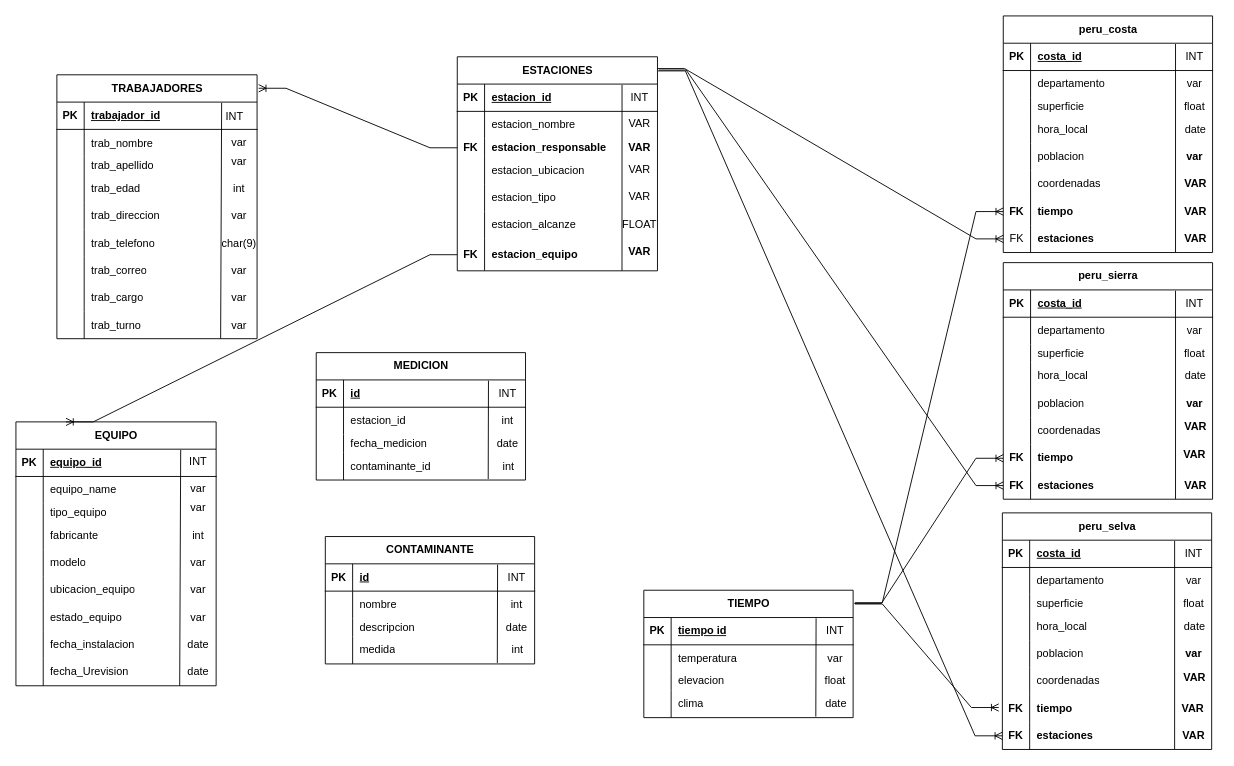
This is Diagrama sin título.drawio from Sam282004/DB-CARRION, a draw.io file, before an edit. Source tidied: cells renumbered, new cells numbered last; positions are measured from the earlier drawing's top-left corner, leaving out a move shared by most shapes. Both pictures are drawn from the tidied source at 91%, with x=0, y=0 at pixel (15, 15).
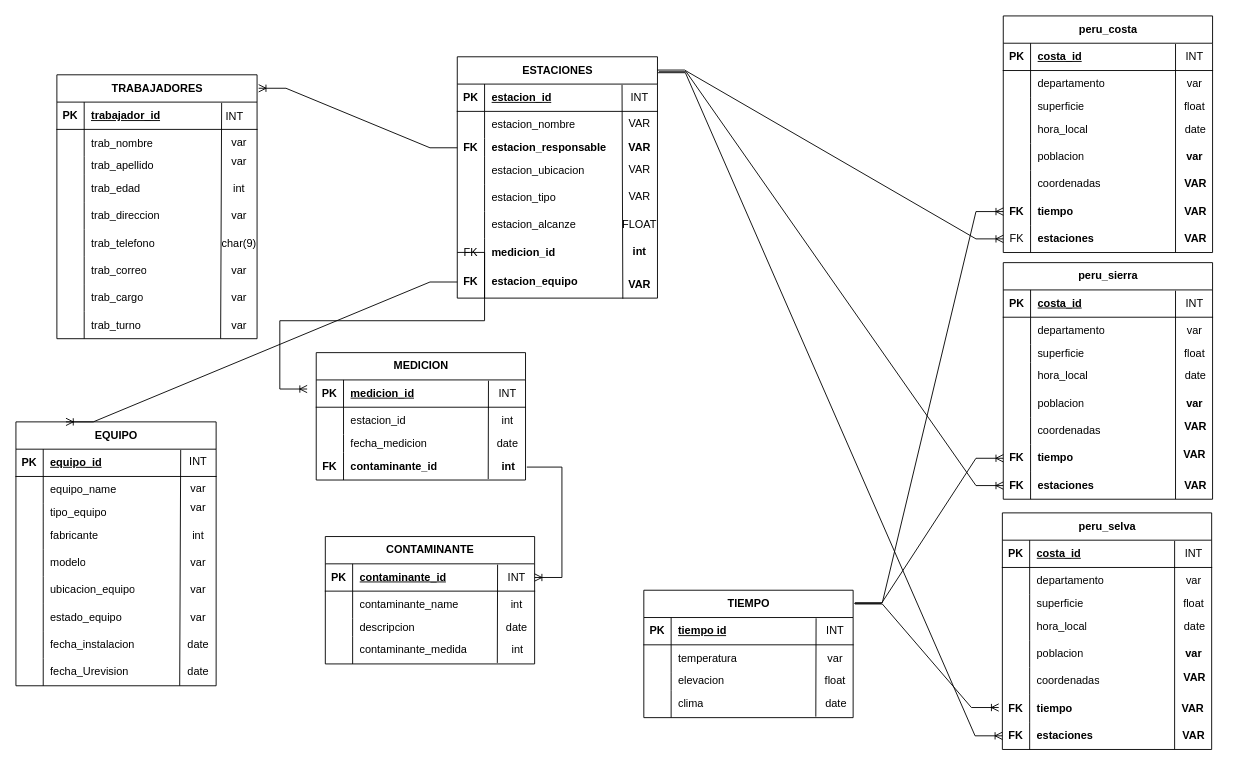
Above is the later version.

Unchanged cells that the change refers to:
```xml
<mxCell id="3" style="shape=tableRow;horizontal=0;startSize=0;swimlaneHead=0;swimlaneBody=0;fillColor=none;points=[[0,0.5],[1,0.5]];portConstraint=eastwest;top=0;left=0;right=0;bottom=1;" parent="2" vertex="1">
  <mxGeometry y="30" width="220" height="30" as="geometry" />
</mxCell>
<mxCell id="237" style="shape=tableRow;horizontal=0;startSize=0;swimlaneHead=0;swimlaneBody=0;fillColor=none;points=[[0,0.5],[1,0.5]];portConstraint=eastwest;top=0;left=0;right=0;bottom=1;" parent="236" vertex="1">
  <mxGeometry y="30" width="230" height="30" as="geometry" />
</mxCell>
<mxCell id="246" style="shape=tableRow;horizontal=0;startSize=0;swimlaneHead=0;swimlaneBody=0;fillColor=none;top=0;left=0;right=0;bottom=0;" parent="236" vertex="1">
  <mxGeometry y="110" width="230" height="30" as="geometry" />
</mxCell>
<mxCell id="255" style="shape=tableRow;horizontal=0;startSize=0;swimlaneHead=0;swimlaneBody=0;fillColor=none;points=[[0,0.5],[1,0.5]];portConstraint=eastwest;top=0;left=0;right=0;bottom=1;" parent="254" vertex="1">
  <mxGeometry y="30" width="230" height="30" as="geometry" />
</mxCell>
<mxCell id="258" style="shape=tableRow;horizontal=0;startSize=0;swimlaneHead=0;swimlaneBody=0;fillColor=none;top=0;left=0;right=0;bottom=0;" parent="254" vertex="1">
  <mxGeometry y="60" width="230" height="30" as="geometry" />
</mxCell>
<mxCell id="264" style="shape=tableRow;horizontal=0;startSize=0;swimlaneHead=0;swimlaneBody=0;fillColor=none;top=0;left=0;right=0;bottom=0;" parent="254" vertex="1">
  <mxGeometry y="110" width="230" height="30" as="geometry" />
</mxCell>
<mxCell id="267" value="INT" style="text;html=1;align=center;verticalAlign=middle;points=[];strokeColor=none;fillColor=none;" parent="1" vertex="1">
  <mxGeometry x="530" y="602.1" width="40" height="30" as="geometry" />
</mxCell>
```

What changed in the source:
```diff
@@
     <mxCell id="2" value="ESTACIONES" style="shape=table;startSize=30;childLayout=tableLayout;rowLines=0;fontStyle=1;align=center;html=1;" parent="1" vertex="1">
-      <mxGeometry x="485" y="44.9" width="220" height="235.2" as="geometry" />
+      <mxGeometry x="485" y="44.9" width="220" height="265.2" as="geometry" />
     </mxCell>
@@
+    <mxCell id="272" style="shape=tableRow;horizontal=0;startSize=0;swimlaneHead=0;swimlaneBody=0;fillColor=none;top=0;left=0;right=0;bottom=0;" parent="2" vertex="1">
+      <mxGeometry y="170" width="220" height="30" as="geometry" />
+    </mxCell>
+    <mxCell id="273" style="shape=partialRectangle;fillColor=none;top=0;left=0;bottom=0;right=0;overflow=hidden;whiteSpace=wrap;html=1;" parent="272" vertex="1">
+      <mxGeometry width="30" height="30" as="geometry" />
+    </mxCell>
+    <mxCell id="274" value="estacion_alcanze" style="shape=partialRectangle;fillColor=none;top=0;left=0;bottom=0;right=0;align=left;spacingLeft=6;overflow=hidden;whiteSpace=wrap;html=1;" parent="272" vertex="1">
+      <mxGeometry x="30" width="190" height="30" as="geometry" />
+    </mxCell>
     <mxCell id="18" style="shape=tableRow;horizontal=0;startSize=0;swimlaneHead=0;swimlaneBody=0;fillColor=none;points=[[0,0.5],[1,0.5]];portConstraint=eastwest;top=0;left=0;right=0;bottom=0;" parent="2" vertex="1">
-      <mxGeometry y="170" width="220" height="30" as="geometry" />
+      <mxGeometry y="200" width="220" height="30" as="geometry" />
     </mxCell>
-    <mxCell id="19" style="shape=partialRectangle;fillColor=none;top=0;left=0;bottom=0;right=0;overflow=hidden;whiteSpace=wrap;html=1;" parent="18" vertex="1">
+    <mxCell id="19" value="FK" style="shape=partialRectangle;fillColor=none;top=0;left=0;bottom=0;right=0;overflow=hidden;whiteSpace=wrap;html=1;" parent="18" vertex="1">
       <mxGeometry width="30" height="30" as="geometry" />
     </mxCell>
-    <mxCell id="20" value="estacion_alcanze" style="shape=partialRectangle;fillColor=none;top=0;left=0;bottom=0;right=0;align=left;spacingLeft=6;overflow=hidden;whiteSpace=wrap;html=1;" parent="18" vertex="1">
+    <mxCell id="20" value="&lt;b&gt;medicion_id&lt;/b&gt;" style="shape=partialRectangle;fillColor=none;top=0;left=0;bottom=0;right=0;align=left;spacingLeft=6;overflow=hidden;whiteSpace=wrap;html=1;" parent="18" vertex="1">
       <mxGeometry x="30" width="190" height="30" as="geometry" />
     </mxCell>
     <mxCell id="21" style="shape=tableRow;horizontal=0;startSize=0;swimlaneHead=0;swimlaneBody=0;fillColor=none;points=[[0,0.5],[1,0.5]];portConstraint=eastwest;top=0;left=0;right=0;bottom=0;" parent="2" vertex="1">
-      <mxGeometry y="200" width="220" height="35" as="geometry" />
+      <mxGeometry y="230" width="220" height="35" as="geometry" />
     </mxCell>
@@
-    <mxCell id="24" style="endArrow=none;html=1;rounded=0;exitX=0.823;exitY=0.029;exitDx=0;exitDy=0;exitPerimeter=0;" parent="1" edge="1" source="3">
-      <mxGeometry relative="1" as="geometry">
-        <mxPoint x="666" y="280" as="targetPoint" />
-      </mxGeometry>
+    <mxCell id="24" style="endArrow=none;html=1;rounded=0;exitX=0.823;exitY=0.029;exitDx=0;exitDy=0;exitPerimeter=0;entryX=0.827;entryY=1.023;entryDx=0;entryDy=0;entryPerimeter=0;" parent="2" edge="1" source="3" target="21">
+      <mxGeometry relative="1" as="geometry" />
     </mxCell>
@@
-    <mxCell id="31" value="&lt;b&gt;VAR&lt;/b&gt;" style="text;html=1;align=center;verticalAlign=middle;strokeColor=none;fillColor=none;" parent="1" vertex="1">
-      <mxGeometry x="660" y="243.9" width="50" height="30" as="geometry" />
+    <mxCell id="31" value="&lt;b&gt;int&lt;/b&gt;" style="text;html=1;align=center;verticalAlign=middle;strokeColor=none;fillColor=none;" parent="1" vertex="1">
+      <mxGeometry x="665" y="243.9" width="40" height="30" as="geometry" />
     </mxCell>
@@
-    <mxCell id="239" value="id" style="shape=partialRectangle;fillColor=none;top=0;left=0;bottom=0;right=0;align=left;spacingLeft=6;fontStyle=5;overflow=hidden;whiteSpace=wrap;html=1;" parent="237" vertex="1">
+    <mxCell id="239" value="medicion_id" style="shape=partialRectangle;fillColor=none;top=0;left=0;bottom=0;right=0;align=left;spacingLeft=6;fontStyle=5;overflow=hidden;whiteSpace=wrap;html=1;" parent="237" vertex="1">
       <mxGeometry x="30" width="200" height="30" as="geometry" />
     </mxCell>
@@
-    <mxCell id="247" style="shape=partialRectangle;fillColor=none;top=0;left=0;bottom=0;right=0;overflow=hidden;whiteSpace=wrap;html=1;" parent="246" vertex="1">
+    <mxCell id="247" value="&lt;b&gt;FK&lt;/b&gt;" style="shape=partialRectangle;fillColor=none;top=0;left=0;bottom=0;right=0;overflow=hidden;whiteSpace=wrap;html=1;" parent="246" vertex="1">
       <mxGeometry width="30" height="30" as="geometry" />
     </mxCell>
-    <mxCell id="248" value="contaminante_id" style="shape=partialRectangle;fillColor=none;top=0;left=0;bottom=0;right=0;align=left;spacingLeft=6;overflow=hidden;whiteSpace=wrap;html=1;" parent="246" vertex="1">
+    <mxCell id="248" value="&lt;b&gt;contaminante_id&lt;/b&gt;" style="shape=partialRectangle;fillColor=none;top=0;left=0;bottom=0;right=0;align=left;spacingLeft=6;overflow=hidden;whiteSpace=wrap;html=1;" parent="246" vertex="1">
       <mxGeometry x="30" width="200" height="30" as="geometry" />
     </mxCell>
@@
-    <mxCell id="252" value="int" style="text;html=1;align=center;verticalAlign=middle;points=[];strokeColor=none;fillColor=none;" parent="1" vertex="1">
+    <mxCell id="252" value="&lt;b&gt;int&lt;/b&gt;" style="text;html=1;align=center;verticalAlign=middle;points=[];strokeColor=none;fillColor=none;" parent="1" vertex="1">
       <mxGeometry x="521" y="480" width="40" height="30" as="geometry" />
     </mxCell>
@@
-    <mxCell id="257" value="id" style="shape=partialRectangle;fillColor=none;top=0;left=0;bottom=0;right=0;align=left;spacingLeft=6;fontStyle=5;overflow=hidden;whiteSpace=wrap;html=1;" parent="255" vertex="1">
+    <mxCell id="257" value="contaminante_id" style="shape=partialRectangle;fillColor=none;top=0;left=0;bottom=0;right=0;align=left;spacingLeft=6;fontStyle=5;overflow=hidden;whiteSpace=wrap;html=1;" parent="255" vertex="1">
       <mxGeometry x="30" width="200" height="30" as="geometry" />
     </mxCell>
@@
-    <mxCell id="260" value="nombre" style="shape=partialRectangle;fillColor=none;top=0;left=0;bottom=0;right=0;align=left;spacingLeft=6;overflow=hidden;whiteSpace=wrap;html=1;" parent="258" vertex="1">
+    <mxCell id="260" value="contaminante_name" style="shape=partialRectangle;fillColor=none;top=0;left=0;bottom=0;right=0;align=left;spacingLeft=6;overflow=hidden;whiteSpace=wrap;html=1;" parent="258" vertex="1">
       <mxGeometry x="30" width="200" height="30" as="geometry" />
     </mxCell>
@@
-    <mxCell id="266" value="medida" style="shape=partialRectangle;fillColor=none;top=0;left=0;bottom=0;right=0;align=left;spacingLeft=6;overflow=hidden;whiteSpace=wrap;html=1;" parent="264" vertex="1">
+    <mxCell id="266" value="contaminante_medida" style="shape=partialRectangle;fillColor=none;top=0;left=0;bottom=0;right=0;align=left;spacingLeft=6;overflow=hidden;whiteSpace=wrap;html=1;" parent="264" vertex="1">
       <mxGeometry x="30" width="200" height="30" as="geometry" />
     </mxCell>
@@
+    <mxCell id="275" style="edgeStyle=entityRelationEdgeStyle;fontSize=12;html=1;endArrow=ERoneToMany;rounded=0;exitX=1.01;exitY=0.526;exitDx=0;exitDy=0;exitPerimeter=0;" parent="1" edge="1" source="252" target="267">
+      <mxGeometry relative="1" as="geometry" />
+    </mxCell>
+    <mxCell id="276" value="&lt;b&gt;VAR&lt;/b&gt;" style="text;html=1;align=center;verticalAlign=middle;strokeColor=none;fillColor=none;" parent="1" vertex="1">
+      <mxGeometry x="660" y="280.1" width="50" height="30" as="geometry" />
+    </mxCell>
+    <mxCell id="277" style="edgeStyle=entityRelationEdgeStyle;fontSize=12;html=1;endArrow=ERoneToMany;rounded=0;exitX=0;exitY=0.5;exitDx=0;exitDy=0;" parent="1" edge="1" source="18">
+      <mxGeometry relative="1" as="geometry">
+        <mxPoint x="320" y="410" as="targetPoint" />
+      </mxGeometry>
+    </mxCell>
```
